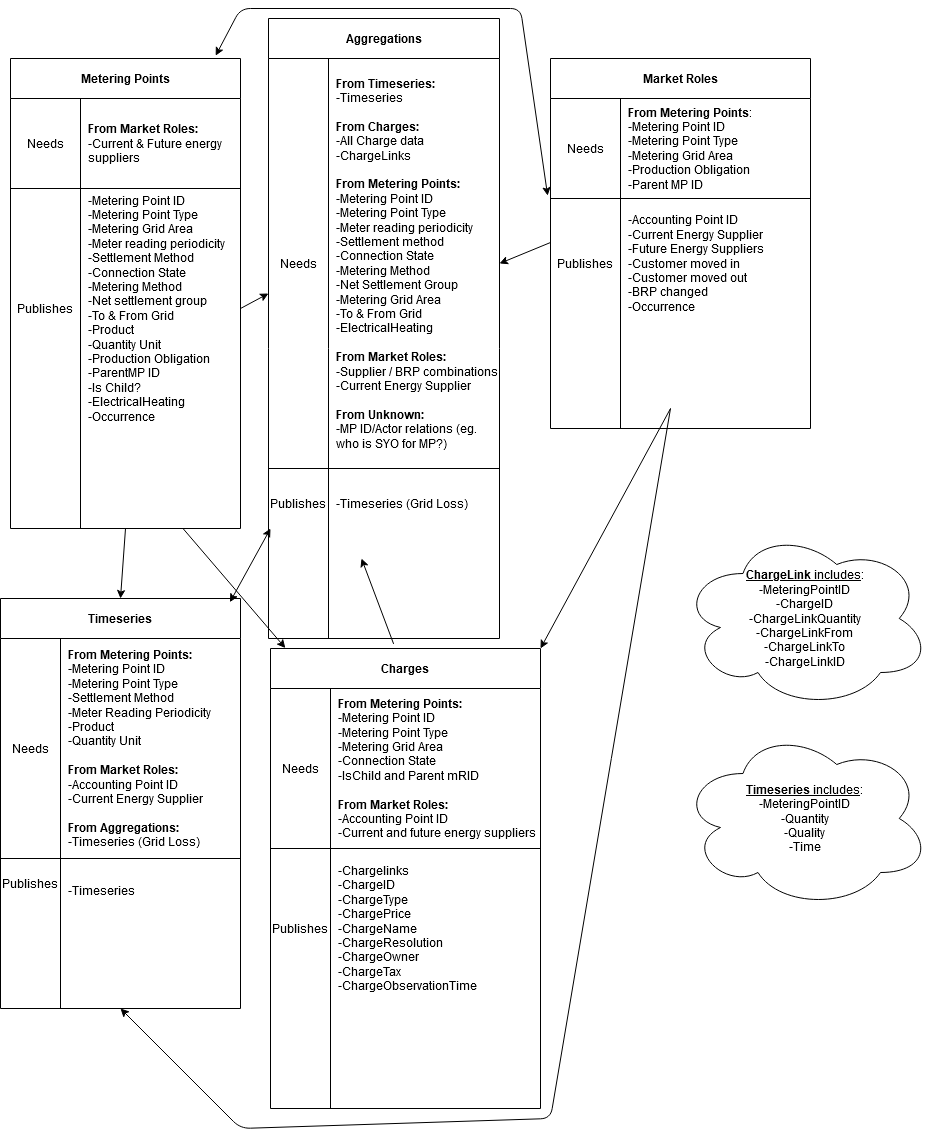
Energinet-DataHub/green-energy-hub keeps this draw.io diagram as images/DataflowsDH3.png. Above is the earlier version. Source tidied: cells renumbered, new cells last; positions are measured from the earlier drawing's top-left corner, leaving out a move shared by most shapes.
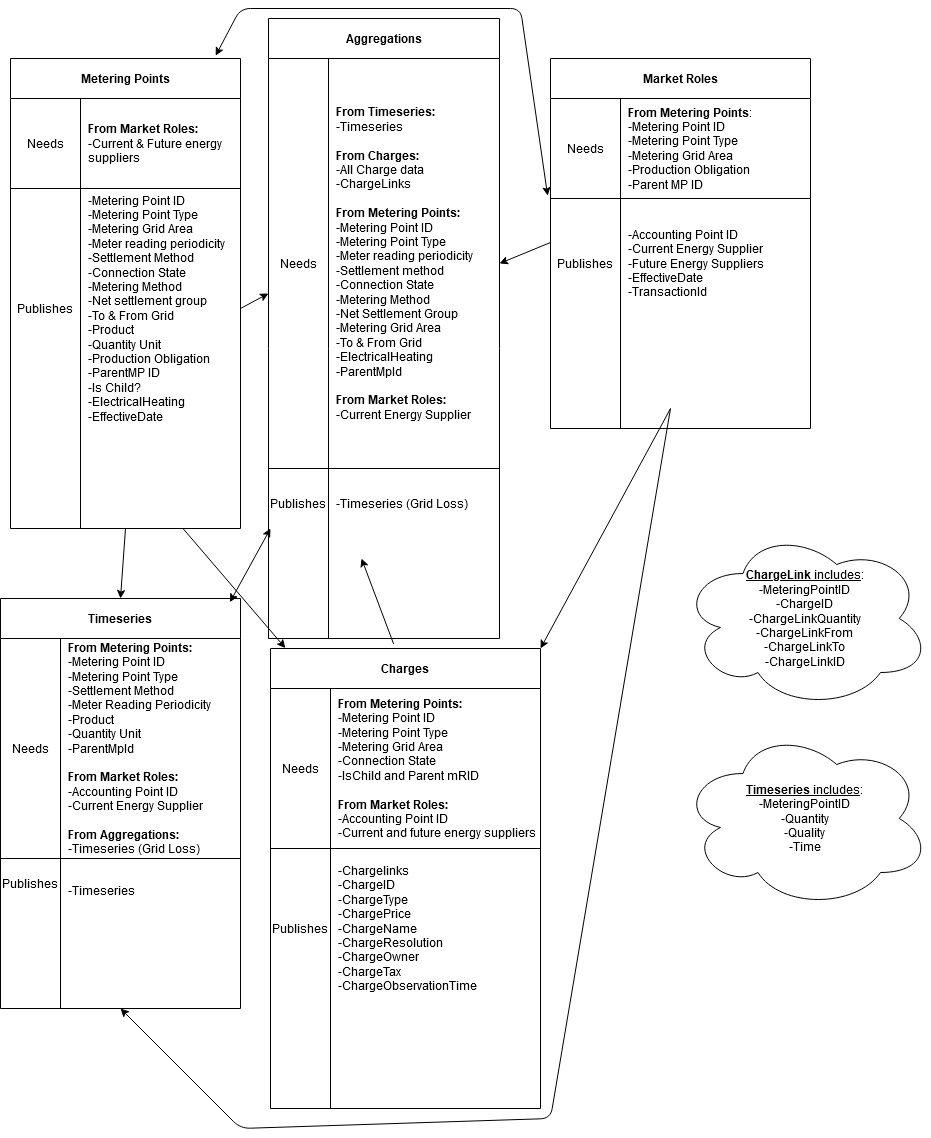
After the change.

What changed in the source:
```diff
@@ -20,7 +20,7 @@
     <mxCell id="7" value="Publishes" style="shape=partialRectangle;html=1;whiteSpace=wrap;fillColor=none;top=0;left=0;bottom=0;right=0;overflow=hidden;" parent="6" vertex="1">
       <mxGeometry width="70" height="240" as="geometry" />
     </mxCell>
-    <mxCell id="8" value="-Metering Point ID&lt;br&gt;-Metering Point Type&lt;br&gt;-Metering Grid Area&lt;br&gt;-Meter reading periodicity&lt;br&gt;-Settlement Method&lt;br&gt;-Connection State&lt;br&gt;-Metering Method&lt;br&gt;-Net settlement group&lt;br&gt;-To &amp;amp; From Grid&lt;br&gt;-Product&lt;br&gt;-Quantity Unit&lt;br&gt;-Production Obligation&lt;br&gt;-ParentMP ID&lt;br&gt;-Is Child?&lt;br&gt;&lt;div&gt;-ElectricalHeating&lt;/div&gt;&lt;div&gt;-Occurrence&lt;br&gt;&lt;/div&gt;" style="shape=partialRectangle;html=1;whiteSpace=wrap;fillColor=none;top=0;left=0;bottom=0;right=0;align=left;spacingLeft=6;overflow=hidden;" parent="6" vertex="1">
+    <mxCell id="8" value="-Metering Point ID&lt;br&gt;-Metering Point Type&lt;br&gt;-Metering Grid Area&lt;br&gt;-Meter reading periodicity&lt;br&gt;-Settlement Method&lt;br&gt;-Connection State&lt;br&gt;-Metering Method&lt;br&gt;-Net settlement group&lt;br&gt;-To &amp;amp; From Grid&lt;br&gt;-Product&lt;br&gt;-Quantity Unit&lt;br&gt;-Production Obligation&lt;br&gt;-ParentMP ID&lt;br&gt;-Is Child?&lt;br&gt;&lt;div&gt;-ElectricalHeating&lt;/div&gt;&lt;div&gt;-EffectiveDate&lt;br&gt;&lt;/div&gt;" style="shape=partialRectangle;html=1;whiteSpace=wrap;fillColor=none;top=0;left=0;bottom=0;right=0;align=left;spacingLeft=6;overflow=hidden;" parent="6" vertex="1">
       <mxGeometry x="70" width="160" height="240" as="geometry" />
     </mxCell>
     <mxCell id="9" value="Aggregations" style="shape=table;html=1;whiteSpace=wrap;startSize=40;rowLines=0;fontStyle=1;align=center;" parent="1" vertex="1">
@@ -32,7 +32,7 @@
     <mxCell id="11" value="Needs" style="shape=partialRectangle;html=1;whiteSpace=wrap;fillColor=none;top=0;left=0;bottom=0;right=0;overflow=hidden;" parent="10" vertex="1">
       <mxGeometry width="60" height="410" as="geometry" />
     </mxCell>
-    <mxCell id="12" value="&lt;b&gt;From Timeseries:&lt;/b&gt;&lt;br&gt;-Timeseries&lt;br&gt;&lt;br&gt;&lt;b&gt;From Charges:&lt;/b&gt;&lt;br&gt;-All Charge data&lt;br&gt;-ChargeLinks&lt;br&gt;&lt;br&gt;&lt;b&gt;From Metering Points:&lt;/b&gt;&lt;br&gt;-Metering Point ID&lt;br&gt;-Metering Point Type&lt;br&gt;-Meter reading periodicity&lt;br&gt;-Settlement method&lt;br&gt;-Connection State&lt;br&gt;-Metering Method&lt;br&gt;-Net Settlement Group&lt;br&gt;-Metering Grid Area&lt;br&gt;-To &amp;amp; From Grid&lt;br&gt;-ElectricalHeating&lt;br&gt;&lt;br&gt;&lt;b&gt;From Market Roles:&lt;/b&gt;&lt;br&gt;-Supplier / BRP combinations&lt;br&gt;-Current Energy Supplier&lt;br&gt;&lt;br&gt;&lt;b&gt;From Unknown:&lt;br&gt;&lt;/b&gt;-MP ID/Actor relations (eg. who is SYO for MP?)" style="shape=partialRectangle;html=1;whiteSpace=wrap;fillColor=none;top=0;left=0;bottom=0;right=0;align=left;spacingLeft=6;overflow=hidden;" parent="10" vertex="1">
+    <mxCell id="12" value="&lt;b&gt;From Timeseries:&lt;/b&gt;&lt;br&gt;-Timeseries&lt;br&gt;&lt;br&gt;&lt;b&gt;From Charges:&lt;/b&gt;&lt;br&gt;-All Charge data&lt;br&gt;-ChargeLinks&lt;br&gt;&lt;br&gt;&lt;b&gt;From Metering Points:&lt;/b&gt;&lt;br&gt;-Metering Point ID&lt;br&gt;-Metering Point Type&lt;br&gt;-Meter reading periodicity&lt;br&gt;-Settlement method&lt;br&gt;-Connection State&lt;br&gt;-Metering Method&lt;br&gt;-Net Settlement Group&lt;br&gt;-Metering Grid Area&lt;br&gt;-To &amp;amp; From Grid&lt;br&gt;&lt;div&gt;-ElectricalHeating&lt;/div&gt;&lt;div&gt;-ParentMpId&lt;br&gt;&lt;/div&gt;&lt;br&gt;&lt;b&gt;From Market Roles:&lt;/b&gt;&lt;br&gt;-Current Energy Supplier" style="shape=partialRectangle;html=1;whiteSpace=wrap;fillColor=none;top=0;left=0;bottom=0;right=0;align=left;spacingLeft=6;overflow=hidden;" parent="10" vertex="1">
       <mxGeometry x="60" width="171" height="410" as="geometry" />
     </mxCell>
     <mxCell id="13" style="shape=partialRectangle;html=1;whiteSpace=wrap;fillColor=none;top=0;left=0;bottom=0;right=0;" parent="9" vertex="1">
@@ -62,7 +62,7 @@
     <mxCell id="21" value="Publishes" style="shape=partialRectangle;html=1;whiteSpace=wrap;fillColor=none;top=0;left=0;bottom=0;right=0;overflow=hidden;" parent="20" vertex="1">
       <mxGeometry width="70" height="130" as="geometry" />
     </mxCell>
-    <mxCell id="22" value="-Accounting Point ID&lt;br&gt;-Current Energy Supplier&lt;br&gt;-Future Energy Suppliers&lt;br&gt;-Customer moved in&lt;br&gt;-Customer moved out&lt;br&gt;&lt;div&gt;-BRP changed&lt;/div&gt;&lt;div&gt;-Occurrence&lt;/div&gt;" style="shape=partialRectangle;html=1;whiteSpace=wrap;fillColor=none;top=0;left=0;bottom=0;right=0;align=left;spacingLeft=6;overflow=hidden;" parent="20" vertex="1">
+    <mxCell id="22" value="-Accounting Point ID&lt;br&gt;-Current Energy Supplier&lt;br&gt;-Future Energy Suppliers&lt;br&gt;&lt;div&gt;-EffectiveDate&lt;/div&gt;&lt;div&gt;-TransactionId&lt;br&gt;&lt;/div&gt;" style="shape=partialRectangle;html=1;whiteSpace=wrap;fillColor=none;top=0;left=0;bottom=0;right=0;align=left;spacingLeft=6;overflow=hidden;" parent="20" vertex="1">
       <mxGeometry x="70" width="190" height="130" as="geometry" />
     </mxCell>
     <mxCell id="23" value="Timeseries" style="shape=table;html=1;whiteSpace=wrap;startSize=40;rowLines=0;fontStyle=1;align=center;" parent="1" vertex="1">
@@ -74,7 +74,7 @@
     <mxCell id="25" value="Needs" style="shape=partialRectangle;html=1;whiteSpace=wrap;fillColor=none;top=0;left=0;bottom=0;right=0;overflow=hidden;" parent="24" vertex="1">
       <mxGeometry width="60" height="220" as="geometry" />
     </mxCell>
-    <mxCell id="26" value="&lt;b&gt;From Metering Points:&lt;/b&gt;&lt;br&gt;-Metering Point ID&lt;br&gt;-Metering Point Type&lt;br&gt;-Settlement Method&lt;br&gt;-Meter Reading Periodicity&lt;br&gt;-Product&lt;br&gt;-Quantity Unit&lt;br&gt;&lt;br&gt;&lt;b&gt;From Market Roles:&lt;br&gt;&lt;/b&gt;-Accounting Point ID&lt;br&gt;-Current Energy Supplier&lt;br&gt;&lt;br&gt;&lt;b&gt;From Aggregations:&lt;br&gt;&lt;/b&gt;-Timeseries (Grid Loss)" style="shape=partialRectangle;html=1;whiteSpace=wrap;fillColor=none;top=0;left=0;bottom=0;right=0;align=left;spacingLeft=6;overflow=hidden;" parent="24" vertex="1">
+    <mxCell id="26" value="&lt;b&gt;From Metering Points:&lt;/b&gt;&lt;br&gt;-Metering Point ID&lt;br&gt;-Metering Point Type&lt;br&gt;-Settlement Method&lt;br&gt;-Meter Reading Periodicity&lt;br&gt;-Product&lt;br&gt;&lt;div&gt;-Quantity Unit&lt;/div&gt;&lt;div&gt;-ParentMpId&lt;br&gt;&lt;/div&gt;&lt;br&gt;&lt;b&gt;From Market Roles:&lt;br&gt;&lt;/b&gt;-Accounting Point ID&lt;br&gt;-Current Energy Supplier&lt;br&gt;&lt;br&gt;&lt;b&gt;From Aggregations:&lt;br&gt;&lt;/b&gt;-Timeseries (Grid Loss)" style="shape=partialRectangle;html=1;whiteSpace=wrap;fillColor=none;top=0;left=0;bottom=0;right=0;align=left;spacingLeft=6;overflow=hidden;" parent="24" vertex="1">
       <mxGeometry x="60" width="180" height="220" as="geometry" />
     </mxCell>
     <mxCell id="27" style="shape=partialRectangle;html=1;whiteSpace=wrap;fillColor=none;top=0;left=0;bottom=0;right=0;" parent="23" vertex="1">
```
